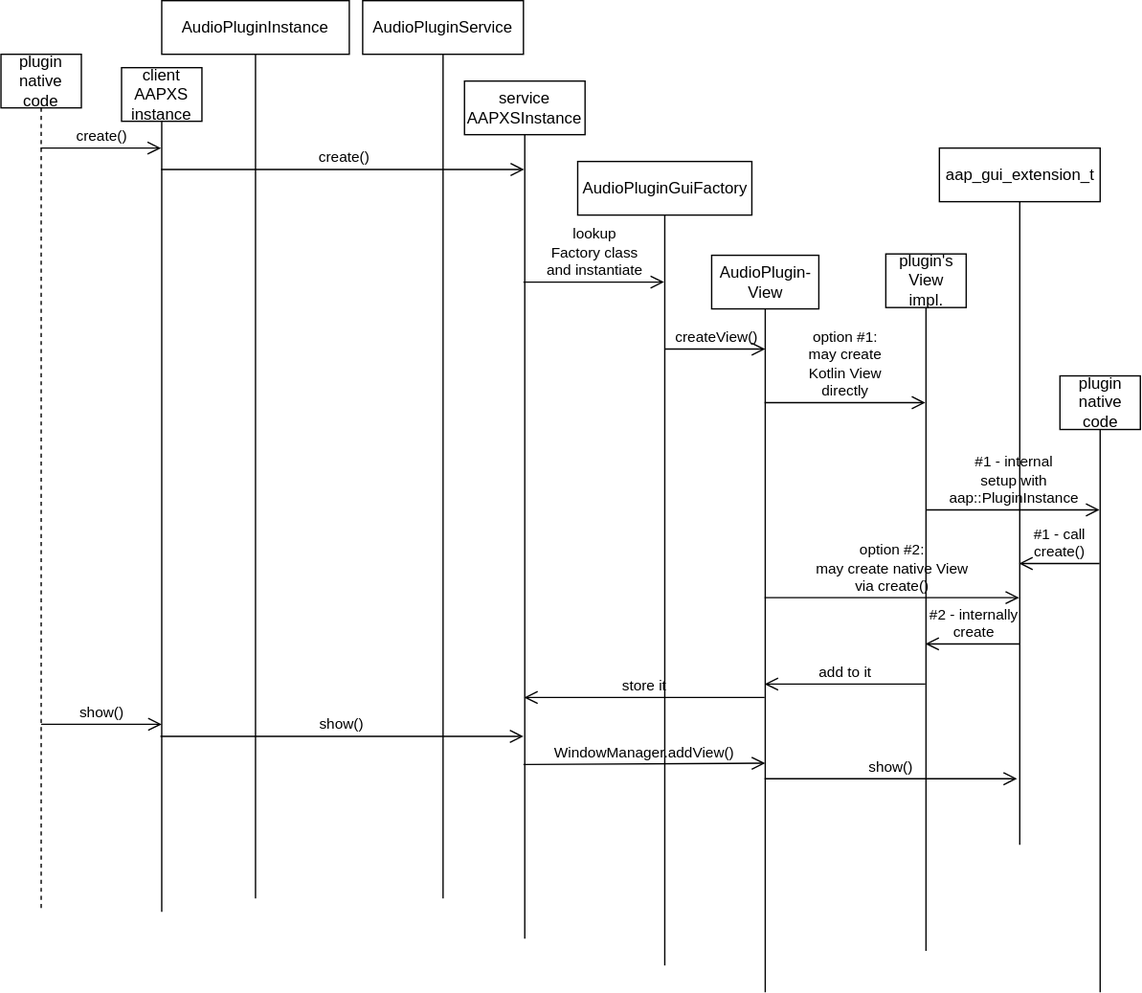
atsushieno/aap-core keeps this draw.io diagram as docs/images/aap-gui-inproc-flow.drawio.svg. Above is the earlier version. Source tidied: cells renumbered, new cells last; positions are measured from the earlier drawing's top-left corner, leaving out a move shared by most shapes.
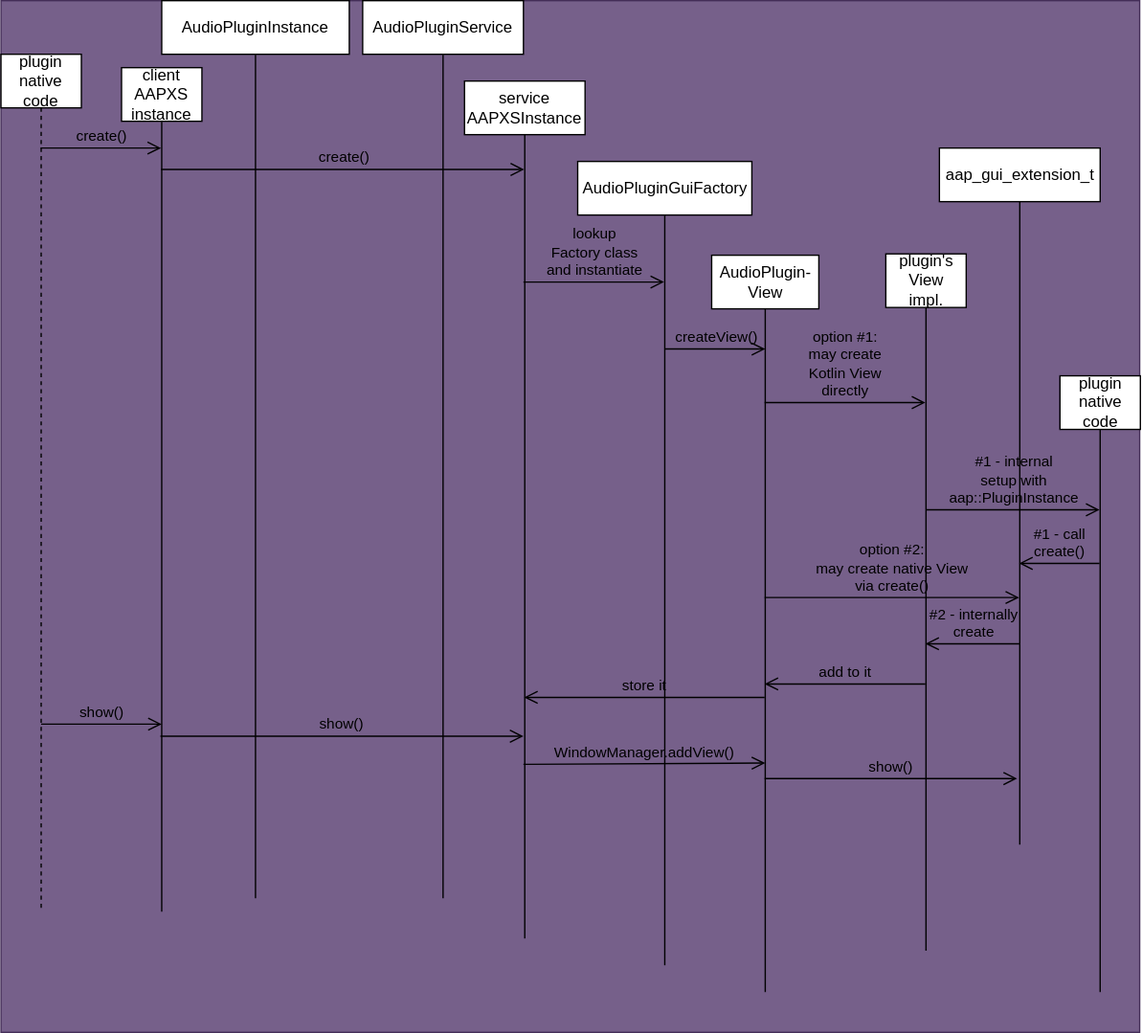
After the change.

Commit message:
fix svg drawing color.

Change to the diagram source:
```diff
@@ -2,6 +2,9 @@
   <root>
     <mxCell id="0" />
     <mxCell id="1" parent="0" />
+    <mxCell id="27" style="rounded=0;whiteSpace=wrap;html=1;fillColor=#76608a;strokeColor=#432D57;fontColor=#ffffff;" parent="1" vertex="1">
+      <mxGeometry width="850" height="770" as="geometry" />
+    </mxCell>
     <mxCell id="2" value="plugin&lt;br&gt;native&lt;br&gt;code" style="shape=umlLifeline;perimeter=lifelinePerimeter;whiteSpace=wrap;html=1;outlineConnect=0;" parent="1" vertex="1">
       <mxGeometry y="40" width="60" height="640" as="geometry" />
     </mxCell>
```
